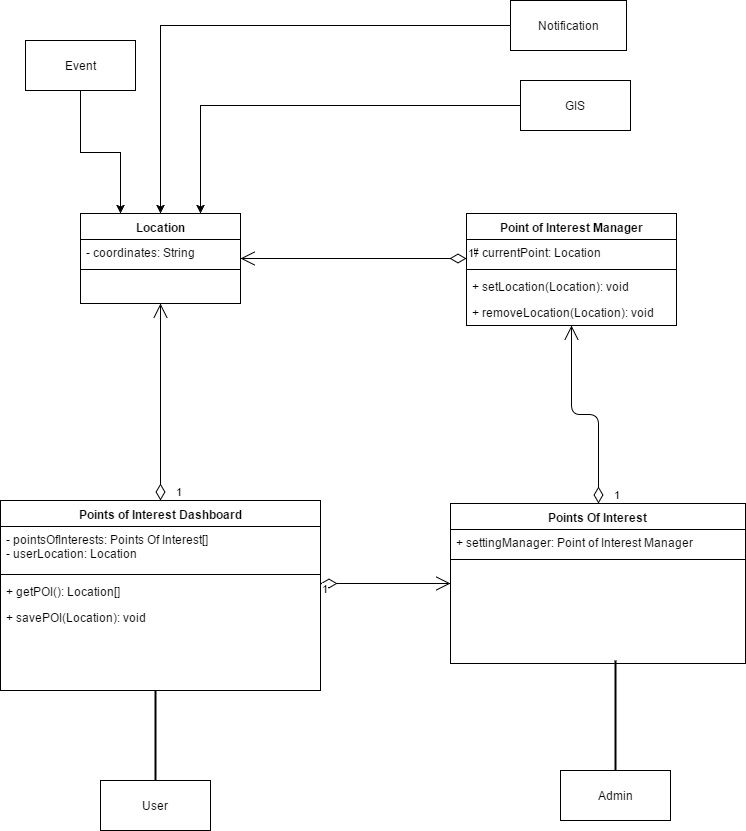
This is POIClassDiagram.png from FredJEhlers/Matlab, a draw.io export, as it was before one commit. Source tidied: cells renumbered, new cells last; positions are measured from the earlier drawing's top-left corner, leaving out a move shared by most shapes. The source it was exported from:
```xml
<mxGraphModel background="#ffffff">
  <root>
    <mxCell id="0" />
    <mxCell id="1" parent="0" />
    <mxCell id="2" style="edgeStyle=orthogonalEdgeStyle;rounded=0;html=1;jettySize=auto;entryX=0.75;entryY=0;" parent="1" edge="1" source="3" target="27">
      <mxGeometry relative="1" as="geometry">
        <Array as="points">
          <mxPoint x="200" y="105" />
        </Array>
      </mxGeometry>
    </mxCell>
    <mxCell id="3" value="GIS" style="html=1;" parent="1" vertex="1">
      <mxGeometry x="520" y="80" width="110" height="50" as="geometry" />
    </mxCell>
    <mxCell id="4" value="Point of Interest Manager" style="swimlane;html=1;fontStyle=1;align=center;verticalAlign=top;horizontal=1;startSize=26;swimlaneFillColor=#ffffff;" parent="1" vertex="1">
      <mxGeometry x="466" y="213" width="210" height="112" as="geometry" />
    </mxCell>
    <mxCell id="5" value="# currentPoint: Location" style="text;html=1;strokeColor=none;fillColor=none;align=left;verticalAlign=top;spacingLeft=4;spacingRight=4;whiteSpace=wrap;overflow=hidden;" parent="4" vertex="1">
      <mxGeometry y="26" width="210" height="26" as="geometry" />
    </mxCell>
    <mxCell id="6" style="line;html=1;strokeWidth=1;fillColor=none;align=left;verticalAlign=middle;spacingTop=-1;spacingLeft=3;spacingRight=3;labelPosition=right;" parent="4" vertex="1">
      <mxGeometry y="52" width="210" height="8" as="geometry" />
    </mxCell>
    <mxCell id="7" value="+ setLocation(Location): void" style="text;html=1;strokeColor=none;fillColor=none;align=left;verticalAlign=top;spacingLeft=4;spacingRight=4;whiteSpace=wrap;overflow=hidden;" parent="4" vertex="1">
      <mxGeometry y="60" width="210" height="26" as="geometry" />
    </mxCell>
    <mxCell id="8" value="+ removeLocation(Location): void" style="text;html=1;strokeColor=none;fillColor=none;align=left;verticalAlign=top;spacingLeft=4;spacingRight=4;whiteSpace=wrap;overflow=hidden;" parent="4" vertex="1">
      <mxGeometry y="86" width="210" height="26" as="geometry" />
    </mxCell>
    <mxCell id="9" value="Admin" style="html=1;" parent="1" vertex="1">
      <mxGeometry x="560" y="770" width="110" height="50" as="geometry" />
    </mxCell>
    <mxCell id="10" style="edgeStyle=orthogonalEdgeStyle;rounded=0;html=1;jettySize=auto;" parent="1" edge="1" source="11" target="27">
      <mxGeometry relative="1" as="geometry">
        <Array as="points">
          <mxPoint x="160" y="25" />
        </Array>
      </mxGeometry>
    </mxCell>
    <mxCell id="11" value="Notification" style="html=1;" parent="1" vertex="1">
      <mxGeometry x="510" width="116" height="50" as="geometry" />
    </mxCell>
    <mxCell id="12" style="edgeStyle=orthogonalEdgeStyle;rounded=0;html=1;jettySize=auto;entryX=0.25;entryY=0;" parent="1" edge="1" source="13" target="27">
      <mxGeometry relative="1" as="geometry">
        <Array as="points">
          <mxPoint x="80" y="152" />
          <mxPoint x="120" y="152" />
        </Array>
      </mxGeometry>
    </mxCell>
    <mxCell id="13" value="Event" style="html=1;" parent="1" vertex="1">
      <mxGeometry x="25" y="40" width="110" height="50" as="geometry" />
    </mxCell>
    <mxCell id="14" value="User" style="html=1;" parent="1" vertex="1">
      <mxGeometry x="100" y="780" width="110" height="50" as="geometry" />
    </mxCell>
    <mxCell id="15" value="Points Of Interest" style="swimlane;html=1;fontStyle=1;align=center;verticalAlign=top;horizontal=1;startSize=26;swimlaneFillColor=#ffffff;" parent="1" vertex="1">
      <mxGeometry x="450" y="503" width="295" height="160" as="geometry" />
    </mxCell>
    <mxCell id="16" value="+ settingManager: Point of Interest Manager" style="text;html=1;strokeColor=none;fillColor=none;align=left;verticalAlign=top;spacingLeft=4;spacingRight=4;whiteSpace=wrap;overflow=hidden;" parent="15" vertex="1">
      <mxGeometry y="26" width="295" height="26" as="geometry" />
    </mxCell>
    <mxCell id="17" style="line;html=1;strokeWidth=1;fillColor=none;align=left;verticalAlign=middle;spacingTop=-1;spacingLeft=3;spacingRight=3;labelPosition=right;" parent="15" vertex="1">
      <mxGeometry y="52" width="295" height="8" as="geometry" />
    </mxCell>
    <mxCell id="18" value="Points of Interest Dashboard" style="swimlane;html=1;fontStyle=1;align=center;verticalAlign=top;horizontal=1;startSize=26;swimlaneFillColor=#ffffff;" parent="1" vertex="1">
      <mxGeometry y="500" width="320" height="190" as="geometry" />
    </mxCell>
    <mxCell id="19" value="- pointsOfInterests: Points Of Interest[]&lt;div&gt;- userLocation: Location&lt;/div&gt;" style="text;html=1;strokeColor=none;fillColor=none;align=left;verticalAlign=top;spacingLeft=4;spacingRight=4;whiteSpace=wrap;overflow=hidden;" parent="18" vertex="1">
      <mxGeometry y="26" width="320" height="44" as="geometry" />
    </mxCell>
    <mxCell id="20" style="line;html=1;strokeWidth=1;fillColor=none;align=left;verticalAlign=middle;spacingTop=-1;spacingLeft=3;spacingRight=3;labelPosition=right;" parent="18" vertex="1">
      <mxGeometry y="70" width="320" height="8" as="geometry" />
    </mxCell>
    <mxCell id="21" value="+ getPOI(): Location[]" style="text;html=1;strokeColor=none;fillColor=none;align=left;verticalAlign=top;spacingLeft=4;spacingRight=4;whiteSpace=wrap;overflow=hidden;" parent="18" vertex="1">
      <mxGeometry y="78" width="320" height="26" as="geometry" />
    </mxCell>
    <mxCell id="22" value="+ savePOI(Location): void" style="text;html=1;strokeColor=none;fillColor=none;align=left;verticalAlign=top;spacingLeft=4;spacingRight=4;whiteSpace=wrap;overflow=hidden;" parent="18" vertex="1">
      <mxGeometry y="104" width="320" height="26" as="geometry" />
    </mxCell>
    <mxCell id="23" style="line;strokeWidth=2;direction=south;html=1;" parent="1" vertex="1">
      <mxGeometry x="150" y="690" width="10" height="90" as="geometry" />
    </mxCell>
    <mxCell id="24" style="line;strokeWidth=2;direction=south;html=1;" parent="1" vertex="1">
      <mxGeometry x="610" y="660" width="10" height="110" as="geometry" />
    </mxCell>
    <mxCell id="25" value="1" style="endArrow=open;html=1;endSize=12;startArrow=diamondThin;startSize=14;startFill=0;edgeStyle=orthogonalEdgeStyle;align=left;verticalAlign=bottom;exitX=0.5;exitY=0;" parent="1" edge="1" source="15" target="4">
      <mxGeometry x="-1" y="-14" relative="1" as="geometry" />
    </mxCell>
    <mxCell id="26" value="1" style="endArrow=open;html=1;endSize=12;startArrow=diamondThin;startSize=14;startFill=0;edgeStyle=orthogonalEdgeStyle;align=left;verticalAlign=bottom;" parent="1" edge="1" source="18" target="27">
      <mxGeometry x="-1" y="-14" relative="1" as="geometry" />
    </mxCell>
    <mxCell id="27" value="Location" style="swimlane;html=1;fontStyle=1;align=center;verticalAlign=top;horizontal=1;startSize=26;swimlaneFillColor=#ffffff;" parent="1" vertex="1">
      <mxGeometry x="80" y="213" width="160" height="90" as="geometry" />
    </mxCell>
    <mxCell id="28" value="- coordinates: String" style="text;html=1;strokeColor=none;fillColor=none;align=left;verticalAlign=top;spacingLeft=4;spacingRight=4;whiteSpace=wrap;overflow=hidden;" parent="27" vertex="1">
      <mxGeometry y="26" width="160" height="26" as="geometry" />
    </mxCell>
    <mxCell id="29" style="line;html=1;strokeWidth=1;fillColor=none;align=left;verticalAlign=middle;spacingTop=-1;spacingLeft=3;spacingRight=3;labelPosition=right;" parent="27" vertex="1">
      <mxGeometry y="52" width="160" height="8" as="geometry" />
    </mxCell>
    <mxCell id="30" value="1" style="endArrow=open;html=1;endSize=12;startArrow=diamondThin;startSize=14;startFill=0;edgeStyle=orthogonalEdgeStyle;align=left;verticalAlign=bottom;" parent="1" edge="1" source="18" target="15">
      <mxGeometry x="-1" y="-14" relative="1" as="geometry">
        <Array as="points">
          <mxPoint x="360" y="583" />
          <mxPoint x="360" y="583" />
        </Array>
      </mxGeometry>
    </mxCell>
    <mxCell id="31" value="1" style="endArrow=open;html=1;endSize=12;startArrow=diamondThin;startSize=14;startFill=0;edgeStyle=orthogonalEdgeStyle;align=left;verticalAlign=bottom;" parent="1" edge="1" source="4" target="27">
      <mxGeometry x="-1" y="3" relative="1" as="geometry">
        <Array as="points">
          <mxPoint x="430" y="258" />
          <mxPoint x="430" y="258" />
        </Array>
      </mxGeometry>
    </mxCell>
  </root>
</mxGraphModel>
```
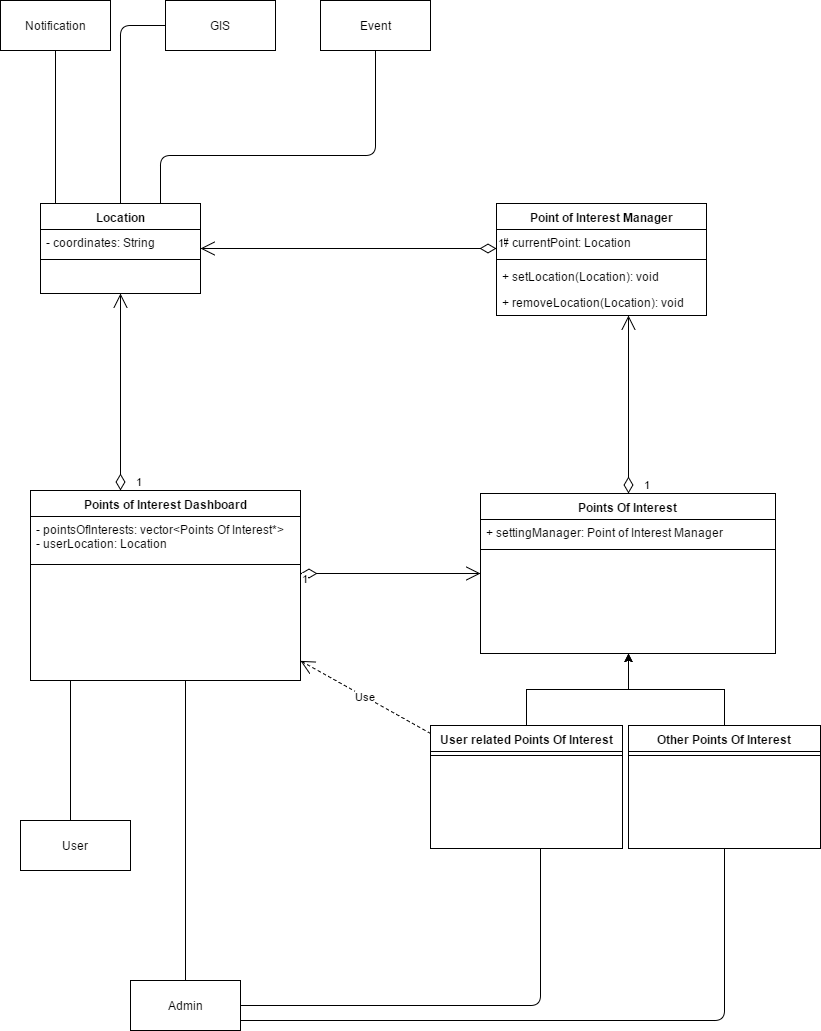
The same diagram one commit later.

Commit message:
Restructured Point of Interest Class diagram

What changed in the source:
```diff
@@ -1,16 +1,9 @@
-<mxGraphModel background="#ffffff">
+<mxGraphModel>
   <root>
     <mxCell id="0" />
     <mxCell id="1" parent="0" />
-    <mxCell id="2" style="edgeStyle=orthogonalEdgeStyle;rounded=0;html=1;jettySize=auto;entryX=0.75;entryY=0;" parent="1" edge="1" source="3" target="27">
-      <mxGeometry relative="1" as="geometry">
-        <Array as="points">
-          <mxPoint x="200" y="105" />
-        </Array>
-      </mxGeometry>
-    </mxCell>
     <mxCell id="3" value="GIS" style="html=1;" parent="1" vertex="1">
-      <mxGeometry x="520" y="80" width="110" height="50" as="geometry" />
+      <mxGeometry x="135" y="10" width="110" height="50" as="geometry" />
     </mxCell>
     <mxCell id="4" value="Point of Interest Manager" style="swimlane;html=1;fontStyle=1;align=center;verticalAlign=top;horizontal=1;startSize=26;swimlaneFillColor=#ffffff;" parent="1" vertex="1">
       <mxGeometry x="466" y="213" width="210" height="112" as="geometry" />
@@ -28,31 +21,16 @@
       <mxGeometry y="86" width="210" height="26" as="geometry" />
     </mxCell>
     <mxCell id="9" value="Admin" style="html=1;" parent="1" vertex="1">
-      <mxGeometry x="560" y="770" width="110" height="50" as="geometry" />
+      <mxGeometry x="100" y="990" width="110" height="50" as="geometry" />
     </mxCell>
-    <mxCell id="10" style="edgeStyle=orthogonalEdgeStyle;rounded=0;html=1;jettySize=auto;" parent="1" edge="1" source="11" target="27">
-      <mxGeometry relative="1" as="geometry">
-        <Array as="points">
-          <mxPoint x="160" y="25" />
-        </Array>
-      </mxGeometry>
-    </mxCell>
     <mxCell id="11" value="Notification" style="html=1;" parent="1" vertex="1">
-      <mxGeometry x="510" width="116" height="50" as="geometry" />
+      <mxGeometry x="-30" y="10" width="110" height="50" as="geometry" />
     </mxCell>
-    <mxCell id="12" style="edgeStyle=orthogonalEdgeStyle;rounded=0;html=1;jettySize=auto;entryX=0.25;entryY=0;" parent="1" edge="1" source="13" target="27">
-      <mxGeometry relative="1" as="geometry">
-        <Array as="points">
-          <mxPoint x="80" y="152" />
-          <mxPoint x="120" y="152" />
-        </Array>
-      </mxGeometry>
-    </mxCell>
     <mxCell id="13" value="Event" style="html=1;" parent="1" vertex="1">
-      <mxGeometry x="25" y="40" width="110" height="50" as="geometry" />
+      <mxGeometry x="290" y="10" width="110" height="50" as="geometry" />
     </mxCell>
     <mxCell id="14" value="User" style="html=1;" parent="1" vertex="1">
-      <mxGeometry x="100" y="780" width="110" height="50" as="geometry" />
+      <mxGeometry x="-10" y="830" width="110" height="50" as="geometry" />
     </mxCell>
     <mxCell id="15" value="Points Of Interest" style="swimlane;html=1;fontStyle=1;align=center;verticalAlign=top;horizontal=1;startSize=26;swimlaneFillColor=#ffffff;" parent="1" vertex="1">
       <mxGeometry x="450" y="503" width="295" height="160" as="geometry" />
@@ -63,35 +41,42 @@
     <mxCell id="17" style="line;html=1;strokeWidth=1;fillColor=none;align=left;verticalAlign=middle;spacingTop=-1;spacingLeft=3;spacingRight=3;labelPosition=right;" parent="15" vertex="1">
       <mxGeometry y="52" width="295" height="8" as="geometry" />
     </mxCell>
+    <mxCell id="32" style="edgeStyle=orthogonalEdgeStyle;rounded=0;html=1;jettySize=auto;" parent="1" edge="1" source="33" target="15">
+      <mxGeometry relative="1" as="geometry" />
+    </mxCell>
+    <mxCell id="33" value="User related Points Of Interest" style="swimlane;html=1;fontStyle=1;align=center;verticalAlign=top;horizontal=1;startSize=26;swimlaneFillColor=#ffffff;" parent="1" vertex="1">
+      <mxGeometry x="400" y="735" width="192" height="123" as="geometry" />
+    </mxCell>
+    <mxCell id="34" style="line;html=1;strokeWidth=1;fillColor=none;align=left;verticalAlign=middle;spacingTop=-1;spacingLeft=3;spacingRight=3;labelPosition=right;" parent="33" vertex="1">
+      <mxGeometry y="26" width="192" height="8" as="geometry" />
+    </mxCell>
     <mxCell id="18" value="Points of Interest Dashboard" style="swimlane;html=1;fontStyle=1;align=center;verticalAlign=top;horizontal=1;startSize=26;swimlaneFillColor=#ffffff;" parent="1" vertex="1">
-      <mxGeometry y="500" width="320" height="190" as="geometry" />
+      <mxGeometry y="500" width="270" height="190" as="geometry" />
     </mxCell>
-    <mxCell id="19" value="- pointsOfInterests: Points Of Interest[]&lt;div&gt;- userLocation: Location&lt;/div&gt;" style="text;html=1;strokeColor=none;fillColor=none;align=left;verticalAlign=top;spacingLeft=4;spacingRight=4;whiteSpace=wrap;overflow=hidden;" parent="18" vertex="1">
-      <mxGeometry y="26" width="320" height="44" as="geometry" />
+    <mxCell id="19" value="- pointsOfInterests: vector&amp;lt;Points Of Interest*&amp;gt;&lt;div&gt;- userLocation: Location&lt;/div&gt;" style="text;html=1;strokeColor=none;fillColor=none;align=left;verticalAlign=top;spacingLeft=4;spacingRight=4;whiteSpace=wrap;overflow=hidden;" parent="18" vertex="1">
+      <mxGeometry y="26" width="270" height="44" as="geometry" />
     </mxCell>
     <mxCell id="20" style="line;html=1;strokeWidth=1;fillColor=none;align=left;verticalAlign=middle;spacingTop=-1;spacingLeft=3;spacingRight=3;labelPosition=right;" parent="18" vertex="1">
-      <mxGeometry y="70" width="320" height="8" as="geometry" />
+      <mxGeometry y="70" width="270" height="8" as="geometry" />
     </mxCell>
-    <mxCell id="21" value="+ getPOI(): Location[]" style="text;html=1;strokeColor=none;fillColor=none;align=left;verticalAlign=top;spacingLeft=4;spacingRight=4;whiteSpace=wrap;overflow=hidden;" parent="18" vertex="1">
-      <mxGeometry y="78" width="320" height="26" as="geometry" />
-    </mxCell>
-    <mxCell id="22" value="+ savePOI(Location): void" style="text;html=1;strokeColor=none;fillColor=none;align=left;verticalAlign=top;spacingLeft=4;spacingRight=4;whiteSpace=wrap;overflow=hidden;" parent="18" vertex="1">
-      <mxGeometry y="104" width="320" height="26" as="geometry" />
-    </mxCell>
-    <mxCell id="23" style="line;strokeWidth=2;direction=south;html=1;" parent="1" vertex="1">
-      <mxGeometry x="150" y="690" width="10" height="90" as="geometry" />
-    </mxCell>
-    <mxCell id="24" style="line;strokeWidth=2;direction=south;html=1;" parent="1" vertex="1">
-      <mxGeometry x="610" y="660" width="10" height="110" as="geometry" />
-    </mxCell>
     <mxCell id="25" value="1" style="endArrow=open;html=1;endSize=12;startArrow=diamondThin;startSize=14;startFill=0;edgeStyle=orthogonalEdgeStyle;align=left;verticalAlign=bottom;exitX=0.5;exitY=0;" parent="1" edge="1" source="15" target="4">
-      <mxGeometry x="-1" y="-14" relative="1" as="geometry" />
+      <mxGeometry x="-1" y="-14" relative="1" as="geometry">
+        <Array as="points">
+          <mxPoint x="598" y="380" />
+          <mxPoint x="598" y="380" />
+        </Array>
+      </mxGeometry>
     </mxCell>
     <mxCell id="26" value="1" style="endArrow=open;html=1;endSize=12;startArrow=diamondThin;startSize=14;startFill=0;edgeStyle=orthogonalEdgeStyle;align=left;verticalAlign=bottom;" parent="1" edge="1" source="18" target="27">
-      <mxGeometry x="-1" y="-14" relative="1" as="geometry" />
+      <mxGeometry x="-1" y="-14" relative="1" as="geometry">
+        <Array as="points">
+          <mxPoint x="90" y="460" />
+          <mxPoint x="90" y="460" />
+        </Array>
+      </mxGeometry>
     </mxCell>
     <mxCell id="27" value="Location" style="swimlane;html=1;fontStyle=1;align=center;verticalAlign=top;horizontal=1;startSize=26;swimlaneFillColor=#ffffff;" parent="1" vertex="1">
-      <mxGeometry x="80" y="213" width="160" height="90" as="geometry" />
+      <mxGeometry x="10" y="213" width="160" height="90" as="geometry" />
     </mxCell>
     <mxCell id="28" value="- coordinates: String" style="text;html=1;strokeColor=none;fillColor=none;align=left;verticalAlign=top;spacingLeft=4;spacingRight=4;whiteSpace=wrap;overflow=hidden;" parent="27" vertex="1">
       <mxGeometry y="26" width="160" height="26" as="geometry" />
@@ -115,5 +100,70 @@
         </Array>
       </mxGeometry>
     </mxCell>
+    <mxCell id="35" style="edgeStyle=orthogonalEdgeStyle;rounded=0;html=1;jettySize=auto;" parent="1" edge="1" source="36" target="15">
+      <mxGeometry relative="1" as="geometry" />
+    </mxCell>
+    <mxCell id="36" value="Other Points Of Interest" style="swimlane;html=1;fontStyle=1;align=center;verticalAlign=top;horizontal=1;startSize=26;swimlaneFillColor=#ffffff;" parent="1" vertex="1">
+      <mxGeometry x="598" y="735" width="192" height="123" as="geometry" />
+    </mxCell>
+    <mxCell id="37" style="line;html=1;strokeWidth=1;fillColor=none;align=left;verticalAlign=middle;spacingTop=-1;spacingLeft=3;spacingRight=3;labelPosition=right;" parent="36" vertex="1">
+      <mxGeometry y="26" width="192" height="8" as="geometry" />
+    </mxCell>
+    <mxCell id="38" style="endArrow=none;html=1;edgeStyle=orthogonalEdgeStyle;" parent="1" edge="1" source="18" target="14">
+      <mxGeometry relative="1" as="geometry">
+        <Array as="points">
+          <mxPoint x="40" y="810" />
+          <mxPoint x="40" y="810" />
+        </Array>
+      </mxGeometry>
+    </mxCell>
+    <mxCell id="39" value="Use" style="endArrow=open;endSize=12;dashed=1;html=1;" parent="1" edge="1" source="33" target="18">
+      <mxGeometry relative="1" as="geometry" />
+    </mxCell>
+    <mxCell id="40" style="endArrow=none;html=1;edgeStyle=orthogonalEdgeStyle;" parent="1" edge="1" source="18" target="9">
+      <mxGeometry relative="1" as="geometry">
+        <Array as="points">
+          <mxPoint x="155" y="760" />
+          <mxPoint x="155" y="760" />
+        </Array>
+      </mxGeometry>
+    </mxCell>
+    <mxCell id="41" style="endArrow=none;html=1;edgeStyle=orthogonalEdgeStyle;" parent="1" edge="1" source="33" target="9">
+      <mxGeometry relative="1" as="geometry">
+        <Array as="points">
+          <mxPoint x="510" y="1015" />
+        </Array>
+      </mxGeometry>
+    </mxCell>
+    <mxCell id="42" style="endArrow=none;html=1;edgeStyle=orthogonalEdgeStyle;" parent="1" edge="1" source="9" target="36">
+      <mxGeometry relative="1" as="geometry">
+        <Array as="points">
+          <mxPoint x="694" y="1030" />
+        </Array>
+      </mxGeometry>
+    </mxCell>
+    <mxCell id="10" style="endArrow=none;html=1;edgeStyle=orthogonalEdgeStyle;" parent="1" edge="1" source="11" target="27">
+      <mxGeometry relative="1" as="geometry">
+        <Array as="points">
+          <mxPoint x="25" y="170" />
+          <mxPoint x="25" y="170" />
+        </Array>
+      </mxGeometry>
+    </mxCell>
+    <mxCell id="12" style="endArrow=none;html=1;edgeStyle=orthogonalEdgeStyle;" parent="1" edge="1" source="13" target="27">
+      <mxGeometry relative="1" as="geometry">
+        <Array as="points">
+          <mxPoint x="345" y="165" />
+          <mxPoint x="130" y="165" />
+        </Array>
+      </mxGeometry>
+    </mxCell>
+    <mxCell id="2" style="endArrow=none;html=1;edgeStyle=orthogonalEdgeStyle;" parent="1" edge="1" source="3" target="27">
+      <mxGeometry relative="1" as="geometry">
+        <Array as="points">
+          <mxPoint x="90" y="35" />
+        </Array>
+      </mxGeometry>
+    </mxCell>
   </root>
 </mxGraphModel>
```
